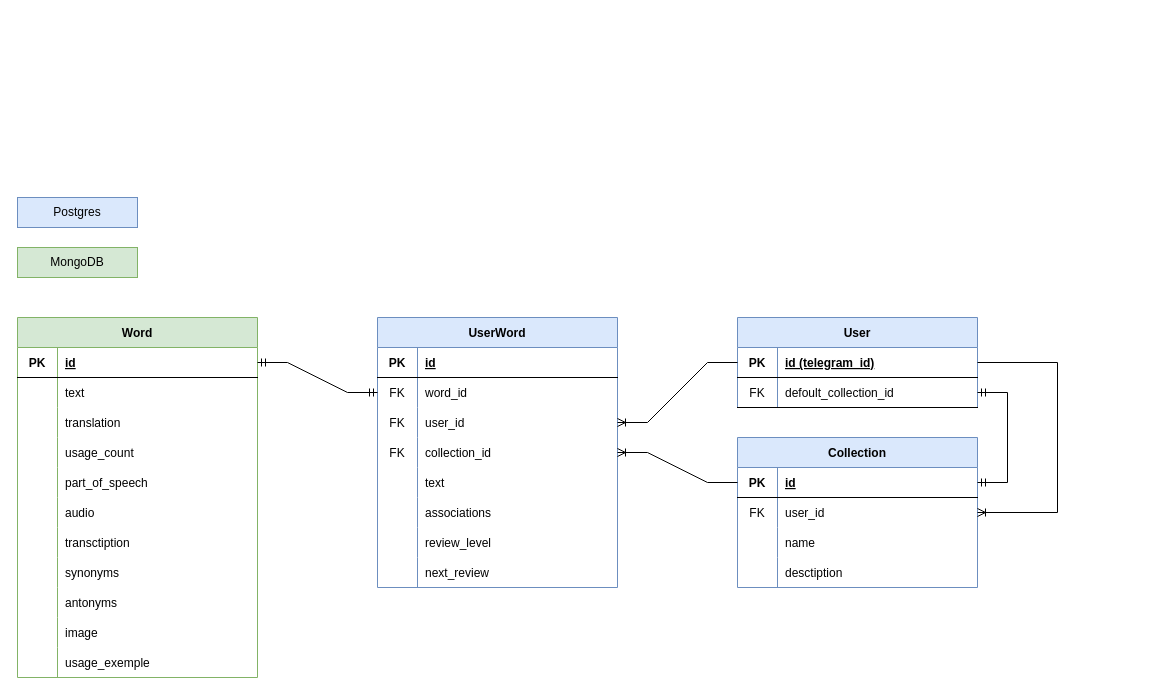
Before: lexi-schema.drawio in pasha-danilevich/lexi-bot, a draw.io diagram. Source tidied: cells renumbered, new cells numbered last; positions are measured from the earlier drawing's top-left corner, leaving out a move shared by most shapes. Both pictures are drawn from the tidied source at 100%, with x=0, y=0 at pixel (17, 197).
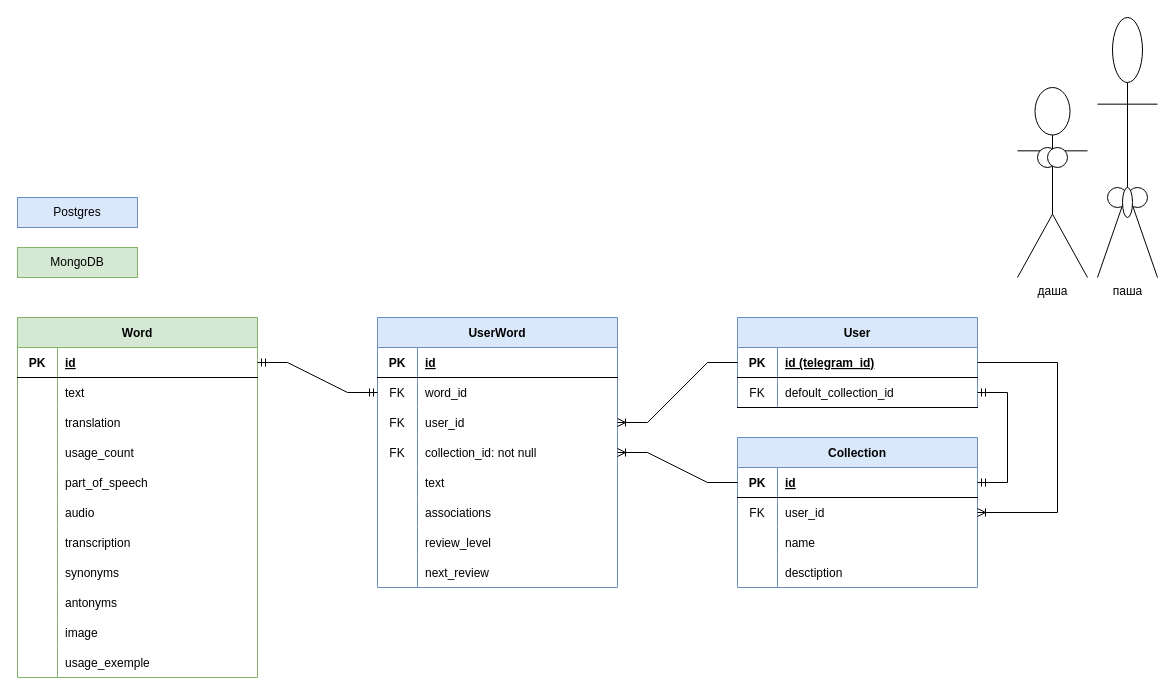
Above is the later version.

The change refers to these unchanged cells:
```xml
<mxCell id="21" style="shape=partialRectangle;fillColor=none;top=0;left=0;right=0;bottom=0;" parent="2" vertex="1">
  <mxGeometry y="210" width="240" height="30" as="geometry" />
</mxCell>
<mxCell id="67" style="shape=partialRectangle;fillColor=none;points=[[0,0.5],[1,0.5]];portConstraint=eastwest;top=0;left=0;right=0;bottom=0;" parent="57" vertex="1">
  <mxGeometry y="120" width="240" height="30" as="geometry" />
</mxCell>
```

Change to the diagram source:
```diff
@@
-    <mxCell id="23" value="transctiption" style="shape=partialRectangle;overflow=hidden;fillColor=none;top=0;left=0;bottom=0;right=0;align=left;spacingLeft=6;" parent="21" vertex="1">
+    <mxCell id="23" value="transcription" style="shape=partialRectangle;overflow=hidden;fillColor=none;top=0;left=0;bottom=0;right=0;align=left;spacingLeft=6;" parent="21" vertex="1">
       <mxGeometry x="40" width="200" height="30" as="geometry" />
     </mxCell>
@@
-    <mxCell id="69" value="collection_id" style="shape=partialRectangle;overflow=hidden;fillColor=none;top=0;left=0;bottom=0;right=0;align=left;spacingLeft=6;" parent="67" vertex="1">
+    <mxCell id="69" value="collection_id: not null" style="shape=partialRectangle;overflow=hidden;fillColor=none;top=0;left=0;bottom=0;right=0;align=left;spacingLeft=6;" parent="67" vertex="1">
       <mxGeometry x="40" width="200" height="30" as="geometry" />
     </mxCell>
@@
+    <mxCell id="89" value="паша" style="shape=umlActor;verticalLabelPosition=bottom;verticalAlign=top;html=1;" parent="1" vertex="1">
+      <mxGeometry x="1080" y="-180" width="60" height="260" as="geometry" />
+    </mxCell>
+    <mxCell id="90" value="даша" style="shape=umlActor;verticalLabelPosition=bottom;verticalAlign=top;html=1;" parent="1" vertex="1">
+      <mxGeometry x="1000" y="-110" width="70" height="190" as="geometry" />
+    </mxCell>
+    <mxCell id="91" style="ellipse;whiteSpace=wrap;html=1;" parent="1" vertex="1">
+      <mxGeometry x="1020" y="-50" width="20" height="20" as="geometry" />
+    </mxCell>
+    <mxCell id="92" style="ellipse;whiteSpace=wrap;html=1;" parent="1" vertex="1">
+      <mxGeometry x="1030" y="-50" width="20" height="20" as="geometry" />
+    </mxCell>
+    <mxCell id="93" style="ellipse;whiteSpace=wrap;html=1;" parent="1" vertex="1">
+      <mxGeometry x="1090" y="-10" width="20" height="20" as="geometry" />
+    </mxCell>
+    <mxCell id="94" style="ellipse;whiteSpace=wrap;html=1;" parent="1" vertex="1">
+      <mxGeometry x="1110" y="-10" width="20" height="20" as="geometry" />
+    </mxCell>
+    <mxCell id="95" style="ellipse;whiteSpace=wrap;html=1;" parent="1" vertex="1">
+      <mxGeometry x="1105" y="-10" width="10" height="30" as="geometry" />
+    </mxCell>
```
